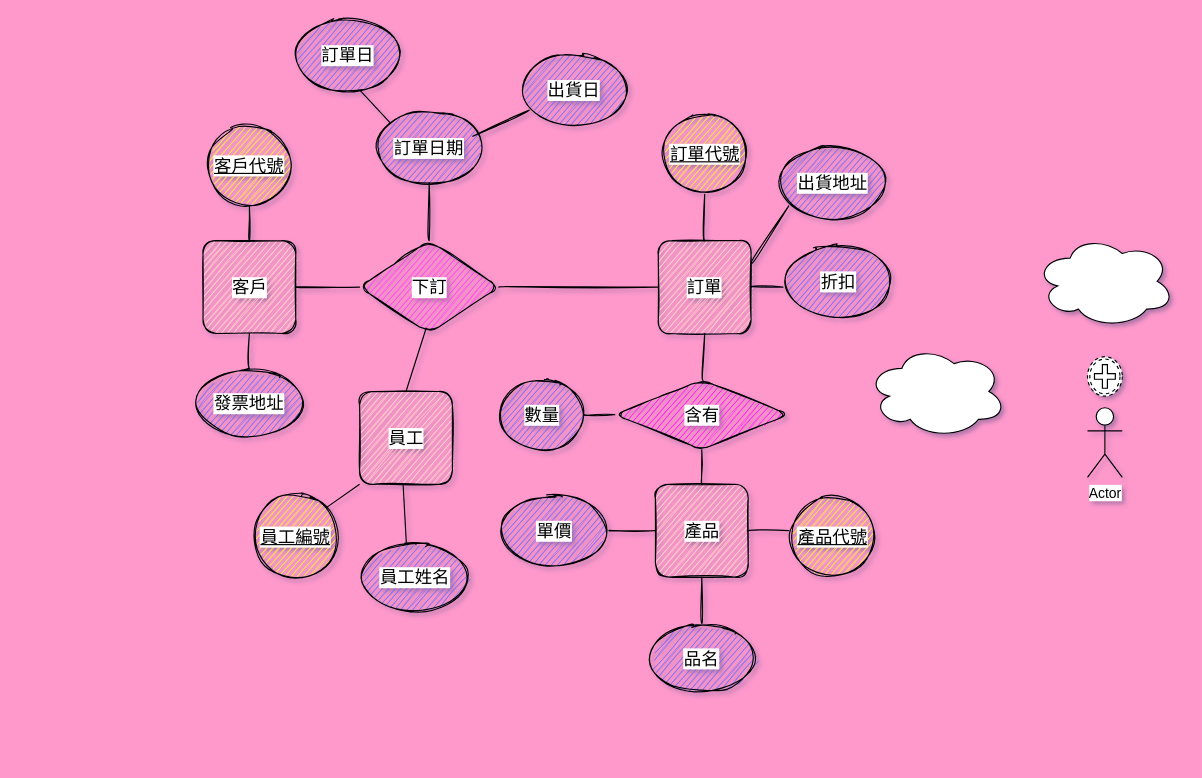
Earlier version of the draw.io diagram page "Page-1" (1 of 2) of Untitled Diagram.drawio (shuhsin350/elite-web-demo-2). Source tidied: cells renumbered, new cells numbered last; positions are measured from the earlier drawing's top-left corner, leaving out a move shared by most shapes. Both pictures are drawn from the tidied source at 116%, with x=0, y=0 at pixel (194, 20).
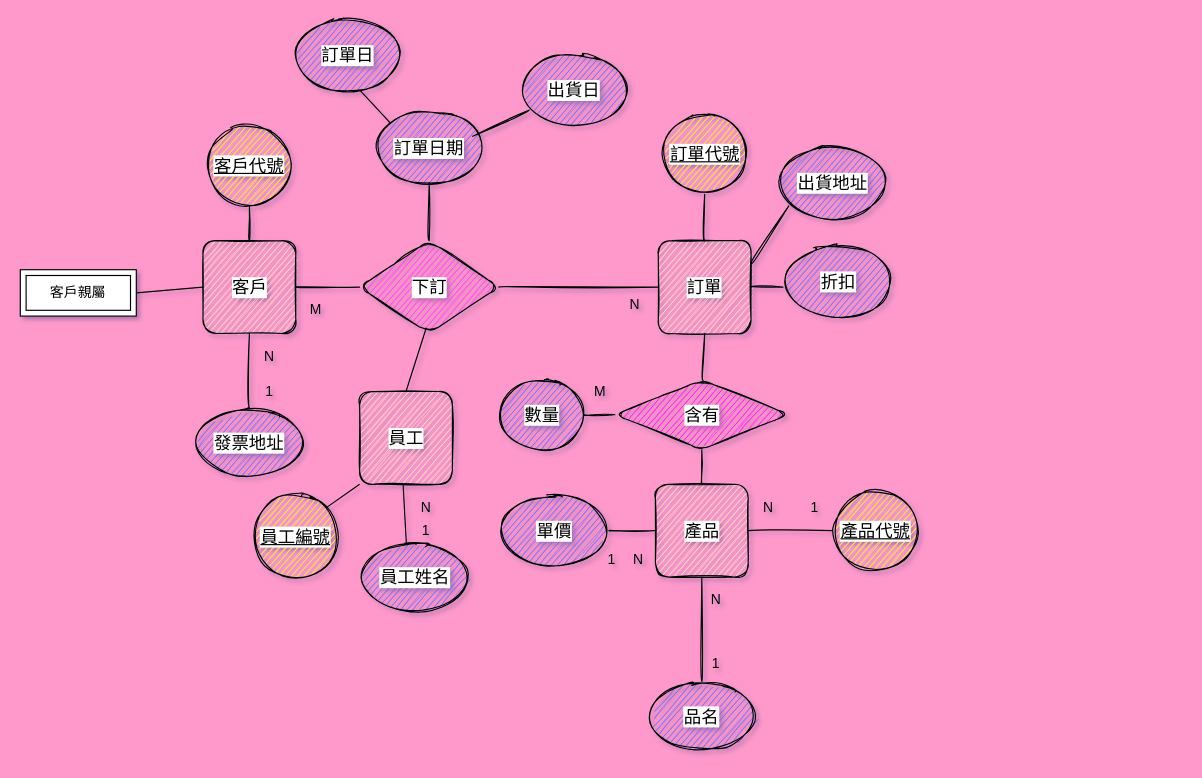
The same page after the edit.

The change refers to these unchanged cells:
```xml
<mxCell id="4" value="客戶" style="whiteSpace=wrap;html=1;fontSize=15;fillColor=#FFE6CC;sketch=1;rounded=1;labelBackgroundColor=#ffffff;" parent="1" vertex="1">
  <mxGeometry x="7.5" y="190" width="80" height="80" as="geometry" />
</mxCell>
<mxCell id="10" value="產品" style="whiteSpace=wrap;html=1;fontSize=15;fillColor=#FFE6CC;sketch=1;rounded=1;labelBackgroundColor=#ffffff;" parent="1" vertex="1">
  <mxGeometry x="397.5" y="400" width="80" height="80" as="geometry" />
</mxCell>
```

The edit, as a diff of the source:
```diff
@@
     <mxCell id="11" value="品名" style="ellipse;whiteSpace=wrap;html=1;fontSize=15;fillColor=#6666FF;labelBackgroundColor=#ffffff;sketch=1;rounded=1;" parent="1" vertex="1">
-      <mxGeometry x="390" y="520" width="95" height="60" as="geometry" />
+      <mxGeometry x="390" y="570" width="95" height="60" as="geometry" />
     </mxCell>
@@
     <mxCell id="15" value="&lt;u style=&quot;font-size: 15px;&quot;&gt;產品代號&lt;/u&gt;" style="ellipse;whiteSpace=wrap;html=1;fillColor=#FFFF00;fontSize=15;sketch=1;rounded=1;labelBackgroundColor=#ffffff;" parent="1" vertex="1">
-      <mxGeometry x="512.5" y="410" width="75" height="70" as="geometry" />
+      <mxGeometry x="550" y="405" width="75" height="70" as="geometry" />
     </mxCell>
-    <mxCell id="16" style="endArrow=none;html=1;fontSize=15;curved=1;sketch=1;labelBackgroundColor=#ffffff;" parent="1" edge="1" source="10">
-      <mxGeometry relative="1" as="geometry">
-        <mxPoint x="512.5" y="440" as="targetPoint" />
-      </mxGeometry>
+    <mxCell id="16" style="endArrow=none;html=1;fontSize=15;curved=1;sketch=1;labelBackgroundColor=#ffffff;entryX=0;entryY=0.5;entryDx=0;entryDy=0;" parent="1" edge="1" source="10" target="15">
+      <mxGeometry relative="1" as="geometry" />
     </mxCell>
@@
     <mxCell id="25" value="發票地址" style="ellipse;whiteSpace=wrap;html=1;fontSize=15;fillColor=#6666FF;labelBackgroundColor=#ffffff;sketch=1;rounded=1;" parent="1" vertex="1">
-      <mxGeometry y="300" width="95" height="60" as="geometry" />
+      <mxGeometry y="334" width="95" height="60" as="geometry" />
     </mxCell>
@@
-    <mxCell id="33" style="ellipse;shape=cloud;whiteSpace=wrap;html=1;labelBackgroundColor=#ffffff;" parent="1" vertex="1">
-      <mxGeometry x="580" y="280" width="120" height="80" as="geometry" />
-    </mxCell>
-    <mxCell id="34" style="ellipse;shape=cloud;whiteSpace=wrap;html=1;labelBackgroundColor=#ffffff;" parent="1" vertex="1">
-      <mxGeometry x="725" y="185" width="120" height="80" as="geometry" />
-    </mxCell>
-    <mxCell id="35" value="Actor" style="shape=umlActor;verticalLabelPosition=bottom;verticalAlign=top;html=1;labelBackgroundColor=#ffffff;" parent="1" vertex="1">
-      <mxGeometry x="770" y="334" width="30" height="60" as="geometry" />
-    </mxCell>
-    <mxCell id="36" style="shape=mxgraph.bpmn.shape;html=1;verticalLabelPosition=bottom;labelBackgroundColor=#ffffff;verticalAlign=top;align=center;perimeter=ellipsePerimeter;outline=boundNonint;symbol=parallelMultiple;" parent="1" vertex="1">
-      <mxGeometry x="770" y="290" width="30" height="34" as="geometry" />
-    </mxCell>
@@
+    <mxCell id="45" value="1" style="text;html=1;strokeColor=none;fillColor=none;align=center;verticalAlign=middle;whiteSpace=wrap;rounded=0;" parent="1" vertex="1">
+      <mxGeometry x="340" y="460" width="40" height="10" as="geometry" />
+    </mxCell>
+    <mxCell id="46" value="N" style="text;html=1;strokeColor=none;fillColor=none;align=center;verticalAlign=middle;whiteSpace=wrap;rounded=0;" parent="1" vertex="1">
+      <mxGeometry x="362.5" y="455" width="40" height="20" as="geometry" />
+    </mxCell>
+    <mxCell id="47" value="N" style="text;html=1;strokeColor=none;fillColor=none;align=center;verticalAlign=middle;whiteSpace=wrap;rounded=0;" parent="1" vertex="1">
+      <mxGeometry x="360" y="235" width="40" height="20" as="geometry" />
+    </mxCell>
+    <mxCell id="48" value="N" style="text;html=1;strokeColor=none;fillColor=none;align=center;verticalAlign=middle;whiteSpace=wrap;rounded=0;" parent="1" vertex="1">
+      <mxGeometry x="180" y="410" width="40" height="20" as="geometry" />
+    </mxCell>
+    <mxCell id="49" value="1" style="text;html=1;strokeColor=none;fillColor=none;align=center;verticalAlign=middle;whiteSpace=wrap;rounded=0;" parent="1" vertex="1">
+      <mxGeometry x="180" y="420" width="40" height="40" as="geometry" />
+    </mxCell>
+    <mxCell id="50" value="M" style="text;html=1;strokeColor=none;fillColor=none;align=center;verticalAlign=middle;whiteSpace=wrap;rounded=0;" parent="1" vertex="1">
+      <mxGeometry x="85" y="230" width="40" height="40" as="geometry" />
+    </mxCell>
+    <mxCell id="51" value="N" style="text;html=1;strokeColor=none;fillColor=none;align=center;verticalAlign=middle;whiteSpace=wrap;rounded=0;" parent="1" vertex="1">
+      <mxGeometry x="45" y="280" width="40" height="20" as="geometry" />
+    </mxCell>
+    <mxCell id="52" value="1" style="text;html=1;strokeColor=none;fillColor=none;align=center;verticalAlign=middle;whiteSpace=wrap;rounded=0;" parent="1" vertex="1">
+      <mxGeometry x="45" y="300" width="40" height="40" as="geometry" />
+    </mxCell>
+    <mxCell id="53" value="N" style="text;html=1;strokeColor=none;fillColor=none;align=center;verticalAlign=middle;whiteSpace=wrap;rounded=0;" parent="1" vertex="1">
+      <mxGeometry x="430" y="490" width="40" height="20" as="geometry" />
+    </mxCell>
+    <mxCell id="54" value="1" style="text;html=1;strokeColor=none;fillColor=none;align=center;verticalAlign=middle;whiteSpace=wrap;rounded=0;" parent="1" vertex="1">
+      <mxGeometry x="430" y="550" width="40" height="10" as="geometry" />
+    </mxCell>
+    <mxCell id="55" value="N" style="text;html=1;strokeColor=none;fillColor=none;align=center;verticalAlign=middle;whiteSpace=wrap;rounded=0;" parent="1" vertex="1">
+      <mxGeometry x="475" y="410" width="40" height="20" as="geometry" />
+    </mxCell>
+    <mxCell id="56" value="1" style="text;html=1;strokeColor=none;fillColor=none;align=center;verticalAlign=middle;whiteSpace=wrap;rounded=0;" parent="1" vertex="1">
+      <mxGeometry x="515" y="415" width="40" height="10" as="geometry" />
+    </mxCell>
+    <mxCell id="57" value="M" style="text;html=1;strokeColor=none;fillColor=none;align=center;verticalAlign=middle;whiteSpace=wrap;rounded=0;" parent="1" vertex="1">
+      <mxGeometry x="330" y="300" width="40" height="40" as="geometry" />
+    </mxCell>
+    <mxCell id="58" style="endArrow=none;html=1;exitX=0;exitY=0.5;exitDx=0;exitDy=0;entryX=1;entryY=0.5;entryDx=0;entryDy=0;" parent="1" edge="1" source="4" target="59">
+      <mxGeometry relative="1" as="geometry" />
+    </mxCell>
+    <mxCell id="59" value="客戶親屬" style="shape=ext;margin=3;double=1;whiteSpace=wrap;html=1;align=center;" parent="1" vertex="1">
+      <mxGeometry x="-150" y="215" width="100" height="40" as="geometry" />
+    </mxCell>
```
